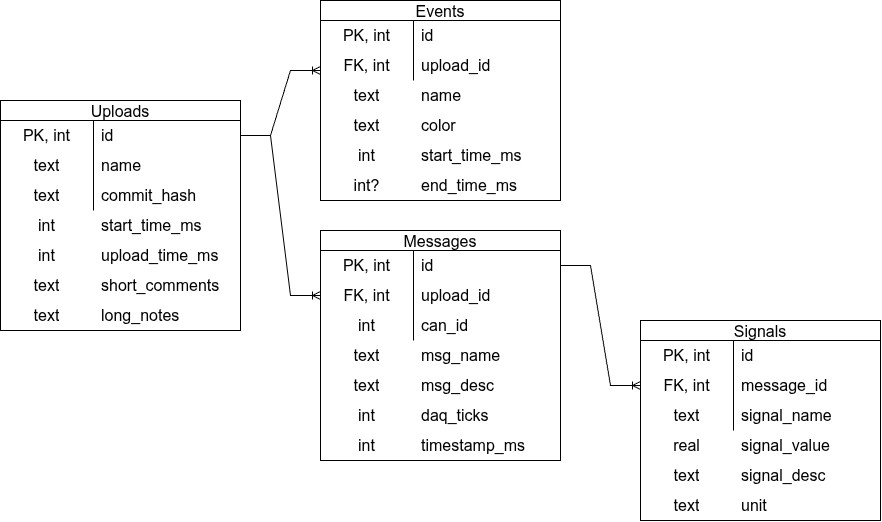
The draw.io diagram daq/daqcloud/daqcloud_tables.drawio.png in PurdueElectricRacing/firmware, before a commit. Source tidied: cells renumbered, new cells last; positions are measured from the earlier drawing's top-left corner, leaving out a move shared by most shapes.
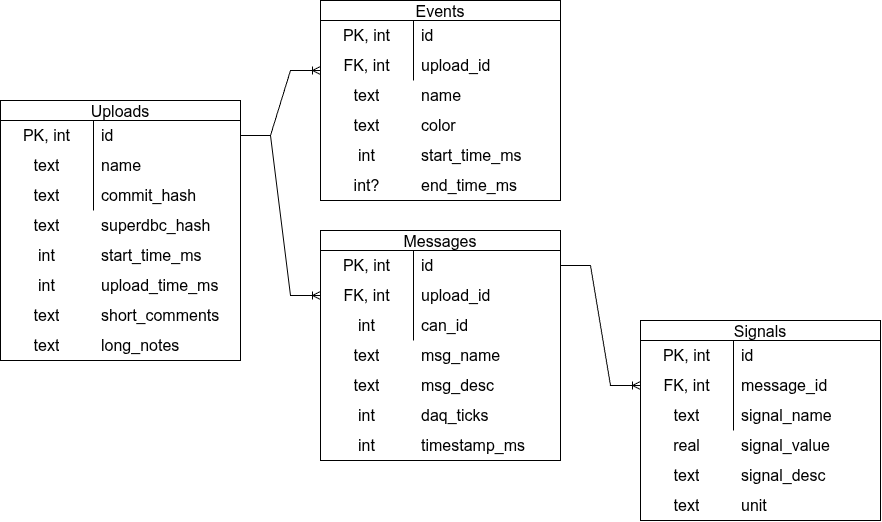
The same diagram one commit later.

Commit message:
dbc hash

Change to the diagram source:
```diff
@@ -3,7 +3,7 @@
     <mxCell id="0" />
     <mxCell id="1" parent="0" />
     <mxCell id="2" value="Uploads" style="shape=table;startSize=20;rowLines=0;fontStyle=0;strokeColor=default;fontSize=16;" parent="1" vertex="1">
-      <mxGeometry y="100" width="240" height="230" as="geometry" />
+      <mxGeometry y="100" width="240" height="260" as="geometry" />
     </mxCell>
     <mxCell id="3" style="shape=tableRow;horizontal=0;startSize=0;swimlaneHead=0;swimlaneBody=0;top=0;left=0;bottom=0;right=0;fillColor=none;points=[[0,0.5],[1,0.5]];portConstraint=eastwest;strokeColor=inherit;fontSize=16;" parent="2" vertex="1">
       <mxGeometry y="20" width="240" height="30" as="geometry" />
@@ -33,16 +33,16 @@
       <mxGeometry x="93" width="147" height="30" as="geometry" />
     </mxCell>
     <mxCell id="12" value="int" style="shape=partialRectangle;html=1;whiteSpace=wrap;fillColor=none;top=0;left=0;bottom=0;right=0;overflow=hidden;strokeColor=inherit;fontSize=16;" parent="1" vertex="1">
-      <mxGeometry y="210" width="93" height="30" as="geometry" />
+      <mxGeometry y="240" width="93" height="30" as="geometry" />
     </mxCell>
     <mxCell id="13" value="start_time_ms" style="shape=partialRectangle;html=1;whiteSpace=wrap;fillColor=none;top=0;left=0;bottom=0;right=0;align=left;spacingLeft=6;overflow=hidden;strokeColor=inherit;fontSize=16;" parent="1" vertex="1">
-      <mxGeometry x="93" y="210" width="147" height="30" as="geometry" />
+      <mxGeometry x="93" y="240" width="147" height="30" as="geometry" />
     </mxCell>
     <mxCell id="14" value="int" style="shape=partialRectangle;html=1;whiteSpace=wrap;fillColor=none;top=0;left=0;bottom=0;right=0;overflow=hidden;strokeColor=inherit;fontSize=16;" parent="1" vertex="1">
-      <mxGeometry y="240" width="93" height="30" as="geometry" />
+      <mxGeometry y="270" width="93" height="30" as="geometry" />
     </mxCell>
     <mxCell id="15" value="upload_time_ms" style="shape=partialRectangle;html=1;whiteSpace=wrap;fillColor=none;top=0;left=0;bottom=0;right=0;align=left;spacingLeft=6;overflow=hidden;strokeColor=inherit;fontSize=16;" parent="1" vertex="1">
-      <mxGeometry x="93" y="240" width="147" height="30" as="geometry" />
+      <mxGeometry x="93" y="270" width="147" height="30" as="geometry" />
     </mxCell>
     <mxCell id="16" style="edgeStyle=entityRelationEdgeStyle;fontSize=12;html=1;endArrow=ERoneToMany;rounded=0;entryX=0;entryY=0.5;entryDx=0;entryDy=0;exitX=1;exitY=0.5;exitDx=0;exitDy=0;" parent="1" edge="1" source="3">
       <mxGeometry relative="1" as="geometry">
@@ -181,16 +181,16 @@
       <mxGeometry relative="1" as="geometry" />
     </mxCell>
     <mxCell id="60" value="text" style="shape=partialRectangle;html=1;whiteSpace=wrap;fillColor=none;top=0;left=0;bottom=0;right=0;overflow=hidden;strokeColor=inherit;fontSize=16;" parent="1" vertex="1">
-      <mxGeometry y="270" width="93" height="30" as="geometry" />
+      <mxGeometry y="300" width="93" height="30" as="geometry" />
     </mxCell>
     <mxCell id="61" value="short_comments" style="shape=partialRectangle;html=1;whiteSpace=wrap;fillColor=none;top=0;left=0;bottom=0;right=0;align=left;spacingLeft=6;overflow=hidden;strokeColor=inherit;fontSize=16;" parent="1" vertex="1">
-      <mxGeometry x="93" y="270" width="147" height="30" as="geometry" />
+      <mxGeometry x="93" y="300" width="147" height="30" as="geometry" />
     </mxCell>
     <mxCell id="62" value="text" style="shape=partialRectangle;html=1;whiteSpace=wrap;fillColor=none;top=0;left=0;bottom=0;right=0;overflow=hidden;strokeColor=inherit;fontSize=16;" parent="1" vertex="1">
-      <mxGeometry y="300" width="93" height="30" as="geometry" />
+      <mxGeometry y="330" width="93" height="30" as="geometry" />
     </mxCell>
     <mxCell id="63" value="long_notes" style="shape=partialRectangle;html=1;whiteSpace=wrap;fillColor=none;top=0;left=0;bottom=0;right=0;align=left;spacingLeft=6;overflow=hidden;strokeColor=inherit;fontSize=16;" parent="1" vertex="1">
-      <mxGeometry x="93" y="300" width="147" height="30" as="geometry" />
+      <mxGeometry x="93" y="330" width="147" height="30" as="geometry" />
     </mxCell>
     <mxCell id="64" value="int" style="shape=partialRectangle;html=1;whiteSpace=wrap;fillColor=none;top=0;left=0;bottom=0;right=0;overflow=hidden;strokeColor=inherit;fontSize=16;" parent="1" vertex="1">
       <mxGeometry x="320" y="140" width="93" height="30" as="geometry" />
@@ -225,5 +225,11 @@
     <mxCell id="74" value="upload_id" style="shape=partialRectangle;html=1;whiteSpace=wrap;fillColor=none;top=0;left=0;bottom=0;right=0;align=left;spacingLeft=6;overflow=hidden;strokeColor=inherit;fontSize=16;" parent="1" vertex="1">
       <mxGeometry x="413" y="50" width="147" height="30" as="geometry" />
     </mxCell>
+    <mxCell id="75" value="text" style="shape=partialRectangle;html=1;whiteSpace=wrap;fillColor=none;top=0;left=0;bottom=0;right=0;overflow=hidden;strokeColor=inherit;fontSize=16;" parent="1" vertex="1">
+      <mxGeometry y="210" width="93" height="30" as="geometry" />
+    </mxCell>
+    <mxCell id="76" value="superdbc_hash" style="shape=partialRectangle;html=1;whiteSpace=wrap;fillColor=none;top=0;left=0;bottom=0;right=0;align=left;spacingLeft=6;overflow=hidden;strokeColor=inherit;fontSize=16;" parent="1" vertex="1">
+      <mxGeometry x="93" y="210" width="147" height="30" as="geometry" />
+    </mxCell>
   </root>
 </mxGraphModel>
```
